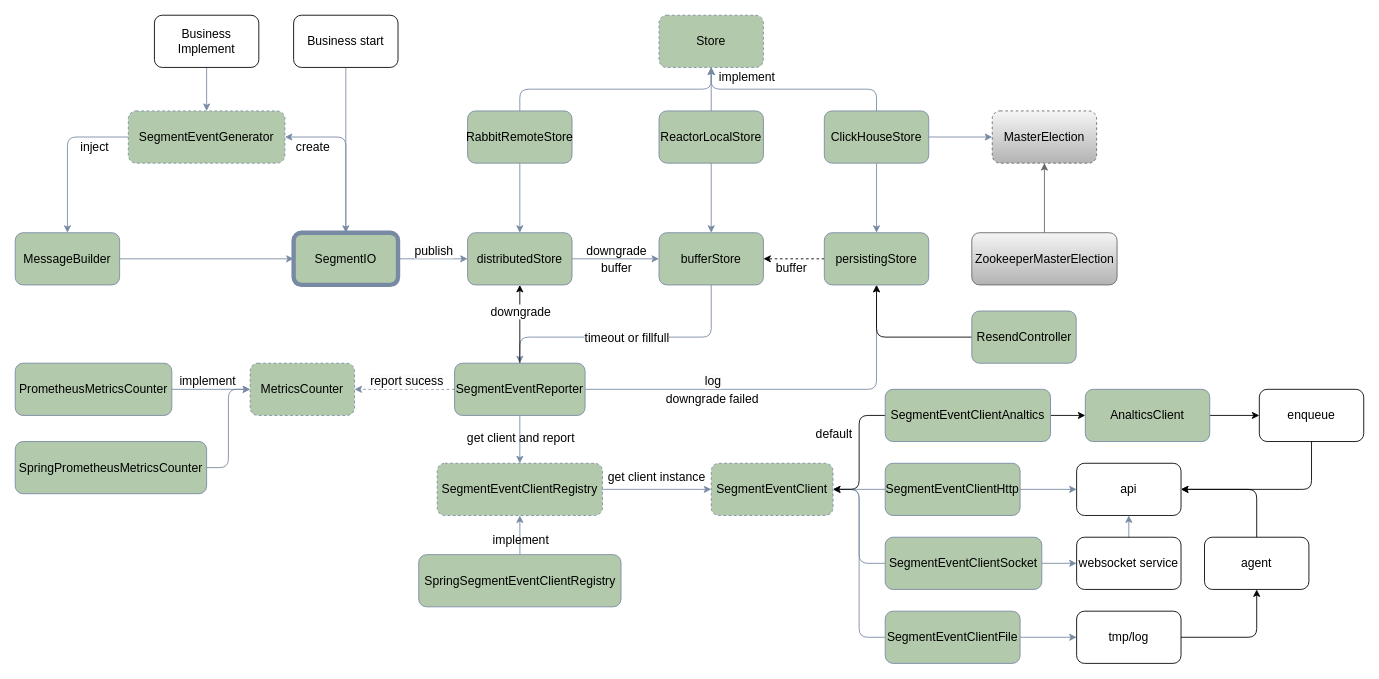
sheldon-pacvue/segmenet-event keeps this draw.io diagram as page "Page-1" (1 of 2) of assets/SegmentEvent-V2.drawio. Above is the earlier version. Source tidied: cells renumbered, new cells numbered last; positions are measured from the earlier drawing's top-left corner, leaving out a move shared by most shapes. Both pictures are drawn from the tidied source at 87%, with x=0, y=0 at pixel (15, 15).
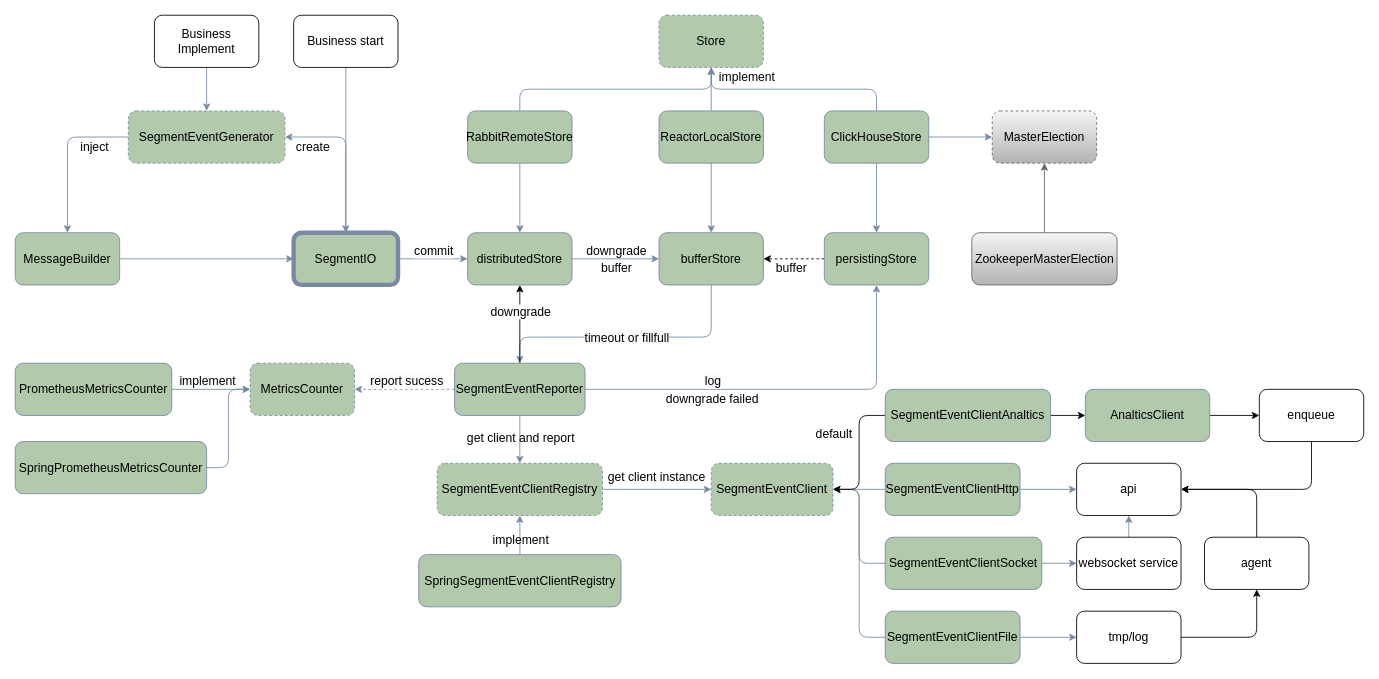
The same page after the edit.

Unchanged cells that the change refers to:
```xml
<mxCell id="4" style="edgeStyle=orthogonalEdgeStyle;rounded=1;jettySize=auto;html=1;exitX=1;exitY=0.5;exitDx=0;exitDy=0;entryX=0;entryY=0.5;entryDx=0;entryDy=0;strokeColor=#788AA3;fontColor=#000000;fillColor=#B2C9AB;labelBackgroundColor=none;fontSize=14;" parent="1" edge="1" source="15" target="32">
  <mxGeometry relative="1" as="geometry" />
</mxCell>
<mxCell id="72" value="persistingStore" style="rounded=1;whiteSpace=wrap;html=1;strokeColor=#788AA3;fillColor=#B2C9AB;labelBackgroundColor=none;fontSize=14;fontColor=#000000;" parent="1" vertex="1">
  <mxGeometry x="930" y="250" width="120" height="60" as="geometry" />
</mxCell>
```

What changed in the source:
```diff
@@
-    <mxCell id="5" value="&lt;span style=&quot;background-color: rgb(251, 251, 251);&quot;&gt;publish&lt;/span&gt;" style="edgeLabel;html=1;align=center;verticalAlign=middle;fontSize=14;fontColor=#000000;rounded=1;" parent="4" vertex="1">
+    <mxCell id="5" value="&lt;span style=&quot;background-color: rgb(251, 251, 251);&quot;&gt;commit&lt;/span&gt;" style="edgeLabel;html=1;align=center;verticalAlign=middle;fontSize=14;fontColor=#000000;rounded=1;" parent="4" vertex="1">
       <mxGeometry x="-0.23" y="-2" relative="1" as="geometry">
         <mxPoint x="9" y="-12" as="offset" />
       </mxGeometry>
     </mxCell>
@@
-    <mxCell id="78" style="edgeStyle=orthogonalEdgeStyle;rounded=1;jettySize=auto;html=1;entryX=0.5;entryY=1;entryDx=0;entryDy=0;" parent="1" edge="1" source="79" target="72">
-      <mxGeometry relative="1" as="geometry" />
-    </mxCell>
-    <mxCell id="79" value="ResendController" style="rounded=1;whiteSpace=wrap;html=1;strokeColor=#788AA3;fillColor=#B2C9AB;labelBackgroundColor=none;fontSize=14;fontColor=#000000;" parent="1" vertex="1">
-      <mxGeometry x="1099.5" y="340" width="120" height="60" as="geometry" />
-    </mxCell>
```
